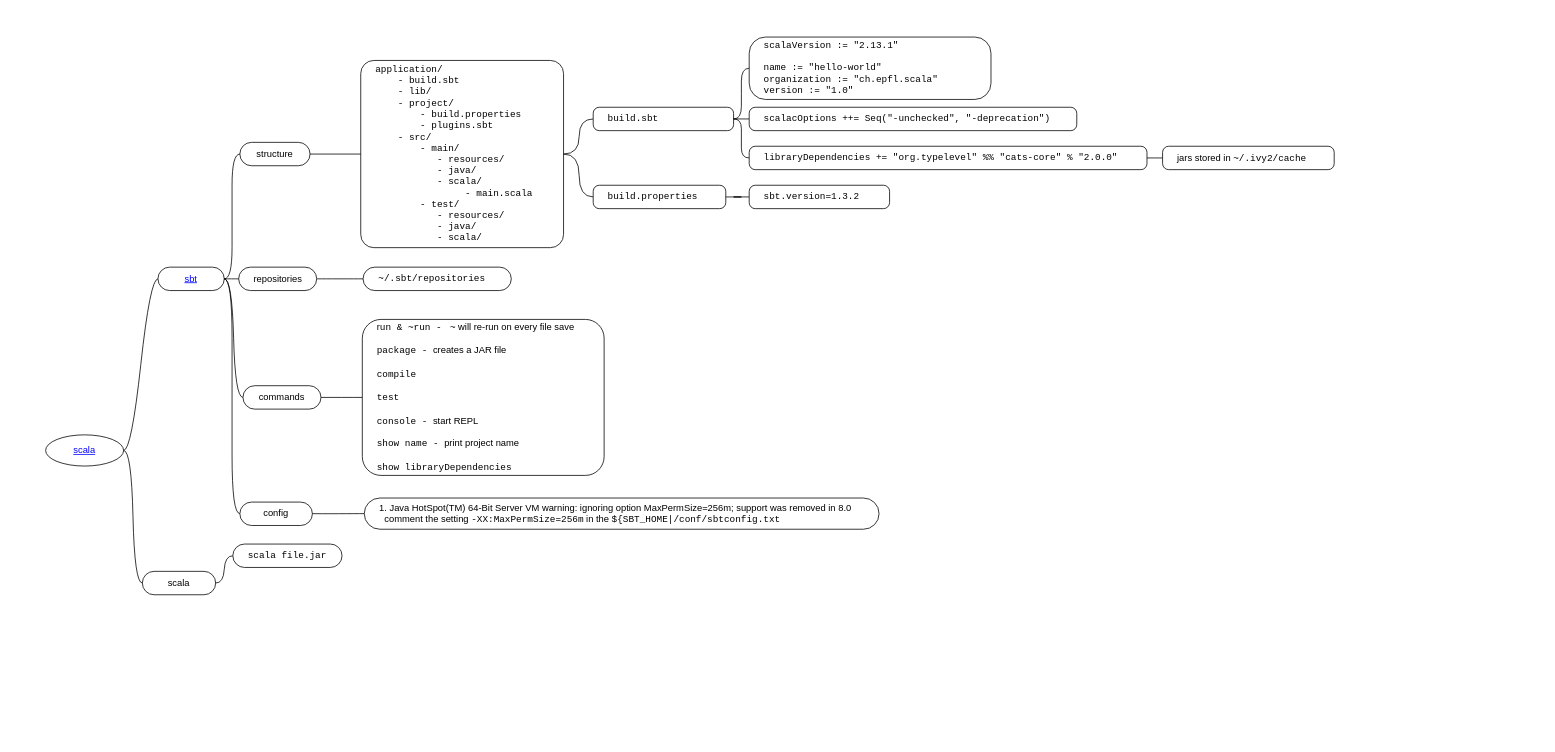
The draw.io diagram page "scala" (2 of 2) of languages/scala/scala.drawio in yangdj/tf_docs, before the edit. Source tidied: cells renumbered, new cells numbered last; positions are measured from the earlier drawing's top-left corner, leaving out a move shared by most shapes. Both pictures are drawn from the tidied source at 78%, with x=0, y=0 at pixel (13, 13).
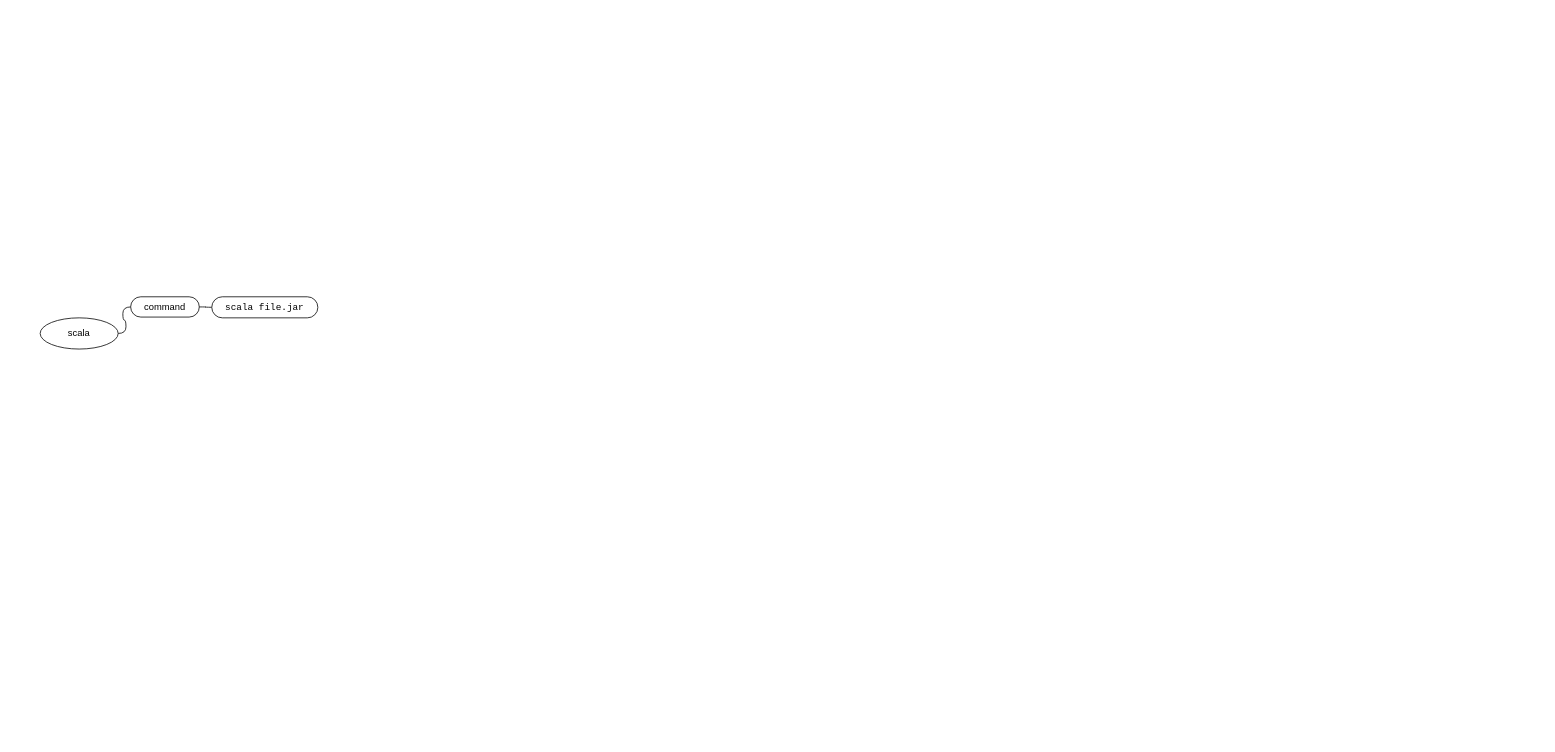
The same diagram, later.

Change to the diagram source:
```diff
@@
-    <mxCell id="0" />
-    <mxCell id="1" parent="0" />
-    <mxCell id="2" style="swimlane;html=1;startSize=20;horizontal=1;containerType=tree;fillColor=none;strokeColor=none;spacingLeft=15;fixDash=0;backgroundOutline=0;rounded=1;align=left;verticalAlign=middle;fontFamily=Helvetica;" parent="1" vertex="1">
-      <mxGeometry width="1960" height="930" as="geometry" />
-    </mxCell>
-    <mxCell id="3" value="scala" style="ellipse;whiteSpace=wrap;html=1;align=center;snapToPoint=1;fixDash=0;backgroundOutline=0;fontStyle=4;fontColor=#0000FF;" parent="2" vertex="1">
-      <mxGeometry x="41" y="540" width="100" height="40" as="geometry" />
-    </mxCell>
-    <mxCell id="4" style="edgeStyle=entityRelationEdgeStyle;startArrow=none;endArrow=none;segment=10;curved=1;snapToPoint=1;fixDash=0;backgroundOutline=0;exitX=1;exitY=0.5;exitDx=0;exitDy=0;" parent="2" edge="1" source="3" target="5">
-      <mxGeometry relative="1" as="geometry" />
-    </mxCell>
-    <mxCell id="5" value="sbt" style="whiteSpace=wrap;html=1;rounded=1;arcSize=50;align=center;verticalAlign=middle;strokeWidth=1;spacing=4;snapToPoint=1;fixDash=0;backgroundOutline=0;fontStyle=4;fontColor=#0000FF;" parent="2" vertex="1">
-      <mxGeometry x="185" y="325" width="85" height="30" as="geometry" />
-    </mxCell>
-    <mxCell id="6" style="edgeStyle=entityRelationEdgeStyle;startArrow=none;endArrow=none;segment=10;curved=1;snapToPoint=1;fixDash=0;backgroundOutline=0;" parent="2" edge="1" source="5" target="7">
-      <mxGeometry relative="1" as="geometry" />
-    </mxCell>
-    <mxCell id="7" value="repositories" style="whiteSpace=wrap;html=1;rounded=1;arcSize=50;align=center;verticalAlign=middle;strokeWidth=1;spacing=4;snapToPoint=1;fixDash=0;backgroundOutline=0;" parent="2" vertex="1">
-      <mxGeometry x="288.5" y="325" width="100" height="30" as="geometry" />
-    </mxCell>
-    <mxCell id="8" style="edgeStyle=entityRelationEdgeStyle;startArrow=none;endArrow=none;segment=10;curved=1;snapToPoint=1;fixDash=0;backgroundOutline=0;" parent="2" edge="1" source="7" target="9">
-      <mxGeometry relative="1" as="geometry" />
-    </mxCell>
-    <mxCell id="9" value="~/.sbt/repositories" style="whiteSpace=wrap;html=1;rounded=1;arcSize=50;align=left;verticalAlign=middle;strokeWidth=1;spacing=4;spacingLeft=16;snapToPoint=1;fixDash=0;backgroundOutline=0;fontFamily=Courier New;fontStyle=0;" parent="2" vertex="1">
-      <mxGeometry x="448" y="325" width="190" height="30" as="geometry" />
-    </mxCell>
-    <mxCell id="10" style="edgeStyle=entityRelationEdgeStyle;startArrow=none;endArrow=none;segment=10;curved=1;snapToPoint=1;fixDash=0;backgroundOutline=0;exitX=1;exitY=0.5;exitDx=0;exitDy=0;" parent="2" edge="1" source="3" target="11">
-      <mxGeometry relative="1" as="geometry" />
-    </mxCell>
-    <mxCell id="11" value="scala" style="whiteSpace=wrap;html=1;rounded=1;arcSize=50;align=center;verticalAlign=middle;strokeWidth=1;spacing=4;snapToPoint=1;fixDash=0;backgroundOutline=0;" parent="2" vertex="1">
-      <mxGeometry x="165" y="715" width="94" height="30" as="geometry" />
-    </mxCell>
-    <mxCell id="12" style="edgeStyle=entityRelationEdgeStyle;startArrow=none;endArrow=none;segment=10;curved=1;snapToPoint=1;fixDash=0;backgroundOutline=0;" parent="2" edge="1" source="11" target="13">
-      <mxGeometry relative="1" as="geometry" />
-    </mxCell>
+    <mxCell id="41" />
+    <mxCell id="42" parent="41" />
+    <mxCell id="43" style="swimlane;html=1;startSize=20;horizontal=1;containerType=tree;strokeColor=none;" parent="42" vertex="1">
+      <mxGeometry x="25" y="334" width="420" height="126" as="geometry" />
+    </mxCell>
+    <mxCell id="44" style="edgeStyle=entityRelationEdgeStyle;startArrow=none;endArrow=none;segment=10;curved=1;" parent="43" edge="1" source="45" target="46">
+      <mxGeometry relative="1" as="geometry" />
+    </mxCell>
+    <mxCell id="45" value="scala" style="ellipse;whiteSpace=wrap;html=1;align=center;newEdgeStyle={&quot;edgeStyle&quot;:&quot;entityRelationEdgeStyle&quot;,&quot;startArrow&quot;:&quot;none&quot;,&quot;endArrow&quot;:&quot;none&quot;,&quot;segment&quot;:10,&quot;curved&quot;:1};" parent="43" vertex="1">
+      <mxGeometry x="9" y="56" width="100" height="40" as="geometry" />
+    </mxCell>
+    <mxCell id="46" value="command" style="whiteSpace=wrap;html=1;rounded=1;arcSize=50;align=center;verticalAlign=middle;strokeWidth=1;spacing=4;newEdgeStyle={&quot;edgeStyle&quot;:&quot;entityRelationEdgeStyle&quot;,&quot;startArrow&quot;:&quot;none&quot;,&quot;endArrow&quot;:&quot;none&quot;,&quot;segment&quot;:10,&quot;curved&quot;:1};" parent="43" vertex="1">
+      <mxGeometry x="125" y="29" width="88" height="26" as="geometry" />
+    </mxCell>
+    <mxCell id="47" style="edgeStyle=entityRelationEdgeStyle;startArrow=none;endArrow=none;segment=10;curved=1;" parent="43" edge="1" source="46" target="13">
+      <mxGeometry relative="1" as="geometry" />
+    </mxCell>
-    <mxCell id="13" value="scala file.jar" style="whiteSpace=wrap;html=1;rounded=1;arcSize=50;align=center;verticalAlign=middle;strokeWidth=1;spacing=4;snapToPoint=1;fixDash=0;backgroundOutline=0;fontFamily=Courier New;" parent="2" vertex="1">
-      <mxGeometry x="281" y="680" width="140" height="30" as="geometry" />
+    <mxCell id="13" value="&lt;span style=&quot;font-family: &amp;#34;courier new&amp;#34;&quot;&gt;scala file.jar&lt;/span&gt;" style="whiteSpace=wrap;html=1;rounded=1;arcSize=50;align=center;verticalAlign=middle;strokeWidth=1;spacing=4;newEdgeStyle={&quot;edgeStyle&quot;:&quot;entityRelationEdgeStyle&quot;,&quot;startArrow&quot;:&quot;none&quot;,&quot;endArrow&quot;:&quot;none&quot;,&quot;segment&quot;:10,&quot;curved&quot;:1};" parent="43" vertex="1">
+      <mxGeometry x="229" y="29" width="136" height="27" as="geometry" />
     </mxCell>
-    <mxCell id="14" value="structure" style="whiteSpace=wrap;html=1;rounded=1;arcSize=50;align=center;verticalAlign=middle;strokeWidth=1;spacing=4;snapToPoint=1;fixDash=0;backgroundOutline=0;" parent="2" vertex="1">
-      <mxGeometry x="290" y="165" width="90" height="30" as="geometry" />
-    </mxCell>
-    <mxCell id="15" style="edgeStyle=entityRelationEdgeStyle;startArrow=none;endArrow=none;segment=10;curved=1;snapToPoint=1;fixDash=0;backgroundOutline=0;" parent="2" edge="1" source="5" target="14">
-      <mxGeometry relative="1" as="geometry" />
-    </mxCell>
-    <mxCell id="16" value="application/&lt;br&gt;&amp;nbsp; &amp;nbsp; - build.sbt&lt;br&gt;&amp;nbsp; &amp;nbsp; - lib/&lt;br&gt;&amp;nbsp; &amp;nbsp; - project/&lt;br&gt;&amp;nbsp; &amp;nbsp; &amp;nbsp; &amp;nbsp; - build.properties&lt;br&gt;&amp;nbsp; &amp;nbsp; &amp;nbsp; &amp;nbsp; - plugins.sbt&lt;br&gt;&amp;nbsp; &amp;nbsp; - src/&lt;br&gt;&amp;nbsp; &amp;nbsp; &amp;nbsp; &amp;nbsp; - main/&lt;br&gt;&amp;nbsp; &amp;nbsp; &amp;nbsp; &amp;nbsp; &amp;nbsp; &amp;nbsp;- resources/&lt;br&gt;&amp;nbsp; &amp;nbsp; &amp;nbsp; &amp;nbsp; &amp;nbsp; &amp;nbsp;- java/&lt;br&gt;&amp;nbsp; &amp;nbsp; &amp;nbsp; &amp;nbsp; &amp;nbsp; &amp;nbsp;- scala/&lt;br&gt;&amp;nbsp; &amp;nbsp; &amp;nbsp; &amp;nbsp; &amp;nbsp; &amp;nbsp; &amp;nbsp; &amp;nbsp; - main.scala&lt;br&gt;&amp;nbsp; &amp;nbsp; &amp;nbsp; &amp;nbsp; - test/&lt;br&gt;&amp;nbsp; &amp;nbsp; &amp;nbsp; &amp;nbsp; &amp;nbsp; &amp;nbsp;- resources/&lt;br&gt;&amp;nbsp; &amp;nbsp; &amp;nbsp; &amp;nbsp; &amp;nbsp; &amp;nbsp;- java/&lt;br&gt;&amp;nbsp; &amp;nbsp; &amp;nbsp; &amp;nbsp; &amp;nbsp; &amp;nbsp;- scala/" style="whiteSpace=wrap;html=1;rounded=1;arcSize=7;align=left;verticalAlign=middle;strokeWidth=1;spacing=4;snapToPoint=1;fixDash=0;backgroundOutline=0;spacingLeft=15;glass=0;comic=0;shadow=0;fontFamily=Courier New;" parent="2" vertex="1">
-      <mxGeometry x="445" y="60" width="260" height="240" as="geometry" />
-    </mxCell>
-    <mxCell id="17" style="edgeStyle=orthogonalEdgeStyle;rounded=0;jettySize=auto;html=1;endArrow=none;endFill=0;" parent="2" edge="1" source="14" target="16">
-      <mxGeometry relative="1" as="geometry" />
-    </mxCell>
-    <mxCell id="18" style="edgeStyle=entityRelationEdgeStyle;startArrow=none;endArrow=none;segment=10;curved=1;snapToPoint=1;fixDash=0;backgroundOutline=0;" parent="2" edge="1" source="5" target="19">
-      <mxGeometry relative="1" as="geometry" />
-    </mxCell>
-    <mxCell id="19" value="commands" style="whiteSpace=wrap;html=1;rounded=1;arcSize=50;align=center;verticalAlign=middle;strokeWidth=1;spacing=4;snapToPoint=1;fixDash=0;backgroundOutline=0;" parent="2" vertex="1">
-      <mxGeometry x="294" y="477" width="100" height="30" as="geometry" />
-    </mxCell>
-    <mxCell id="20" style="edgeStyle=entityRelationEdgeStyle;startArrow=none;endArrow=none;segment=10;curved=1;snapToPoint=1;fixDash=0;backgroundOutline=0;" parent="2" edge="1" source="19" target="21">
-      <mxGeometry relative="1" as="geometry" />
-    </mxCell>
-    <mxCell id="21" value="r&lt;font face=&quot;Courier New&quot;&gt;un &amp;amp; ~run -&amp;nbsp;&lt;/font&gt;&amp;nbsp;&lt;font face=&quot;Courier New&quot;&gt;~&lt;/font&gt; will re-run on every file save&lt;br&gt;&lt;br&gt;&lt;font face=&quot;Courier New&quot;&gt;package -&amp;nbsp;&lt;/font&gt;creates a JAR file&lt;br&gt;&lt;br&gt;&lt;font face=&quot;Courier New&quot;&gt;compile&lt;/font&gt;&lt;br&gt;&lt;br&gt;&lt;font face=&quot;Courier New&quot;&gt;test&lt;/font&gt;&lt;br&gt;&lt;br&gt;&lt;font face=&quot;Courier New&quot;&gt;console -&amp;nbsp;&lt;/font&gt;start REPL&lt;br&gt;&lt;br&gt;&lt;font face=&quot;Courier New&quot;&gt;show name -&amp;nbsp;&lt;/font&gt;print project name&lt;br&gt;&lt;br&gt;&lt;font face=&quot;Courier New&quot;&gt;show libraryDependencies&lt;/font&gt;" style="whiteSpace=wrap;html=1;rounded=1;arcSize=12;align=left;verticalAlign=middle;strokeWidth=1;spacing=4;snapToPoint=1;fixDash=0;backgroundOutline=0;spacingLeft=15;" parent="2" vertex="1">
-      <mxGeometry x="447" y="392" width="310" height="200" as="geometry" />
-    </mxCell>
-    <mxCell id="22" style="edgeStyle=entityRelationEdgeStyle;startArrow=none;endArrow=none;segment=10;curved=1;snapToPoint=1;fixDash=0;backgroundOutline=0;" parent="2" edge="1" source="5" target="23">
-      <mxGeometry relative="1" as="geometry" />
-    </mxCell>
-    <mxCell id="23" value="config" style="whiteSpace=wrap;html=1;rounded=1;arcSize=50;align=center;verticalAlign=middle;strokeWidth=1;spacing=4;snapToPoint=1;fixDash=0;backgroundOutline=0;" parent="2" vertex="1">
-      <mxGeometry x="290" y="626.2" width="93" height="30" as="geometry" />
-    </mxCell>
-    <mxCell id="24" style="edgeStyle=entityRelationEdgeStyle;startArrow=none;endArrow=none;segment=10;curved=1;snapToPoint=1;fixDash=0;backgroundOutline=0;entryX=0;entryY=0.5;entryDx=0;entryDy=0;" parent="2" edge="1" source="23" target="25">
-      <mxGeometry relative="1" as="geometry" />
-    </mxCell>
-    <mxCell id="25" value="1. Java HotSpot(TM) 64-Bit Server VM warning: ignoring option MaxPermSize=256m; support was removed in 8.0&lt;br&gt;&amp;nbsp; comment the setting &lt;font face=&quot;Courier New&quot;&gt;-XX:MaxPermSize=256m&lt;/font&gt; in the &lt;font face=&quot;Courier New&quot;&gt;${SBT_HOME|/conf/sbtconfig.txt&lt;/font&gt;" style="whiteSpace=wrap;html=1;rounded=1;arcSize=50;align=left;verticalAlign=middle;strokeWidth=1;spacing=4;snapToPoint=1;fixDash=0;backgroundOutline=0;spacingLeft=15;" parent="2" vertex="1">
-      <mxGeometry x="449.5" y="621" width="660" height="40" as="geometry" />
-    </mxCell>
-    <mxCell id="26" style="edgeStyle=orthogonalEdgeStyle;rounded=0;jettySize=auto;html=1;endArrow=none;endFill=0;curved=1;" parent="2" edge="1" source="16" target="27">
-      <mxGeometry relative="1" as="geometry" />
-    </mxCell>
-    <mxCell id="27" value="build.properties" style="whiteSpace=wrap;html=1;rounded=1;arcSize=26;align=left;verticalAlign=middle;strokeWidth=1;spacing=4;snapToPoint=1;fixDash=0;backgroundOutline=0;spacingLeft=15;glass=0;comic=0;shadow=0;fontFamily=Courier New;" parent="2" vertex="1">
-      <mxGeometry x="743" y="220" width="170" height="30" as="geometry" />
-    </mxCell>
-    <mxCell id="28" style="edgeStyle=orthogonalEdgeStyle;rounded=0;jettySize=auto;html=1;endArrow=none;endFill=0;" parent="2" edge="1" source="27" target="29">
-      <mxGeometry relative="1" as="geometry" />
-    </mxCell>
-    <mxCell id="29" value="sbt.version=1.3.2" style="whiteSpace=wrap;html=1;rounded=1;arcSize=26;align=left;verticalAlign=middle;strokeWidth=1;spacing=4;snapToPoint=1;fixDash=0;backgroundOutline=0;spacingLeft=15;glass=0;comic=0;shadow=0;fontFamily=Courier New;" parent="2" vertex="1">
-      <mxGeometry x="943" y="220" width="180" height="30" as="geometry" />
-    </mxCell>
-    <mxCell id="30" style="edgeStyle=orthogonalEdgeStyle;rounded=0;jettySize=auto;html=1;endArrow=none;endFill=0;curved=1;" parent="2" edge="1" source="16" target="31">
-      <mxGeometry relative="1" as="geometry" />
-    </mxCell>
-    <mxCell id="31" value="&lt;span style=&quot;text-align: center&quot;&gt;build.sbt&lt;/span&gt;" style="whiteSpace=wrap;html=1;rounded=1;arcSize=26;align=left;verticalAlign=middle;strokeWidth=1;spacing=4;snapToPoint=1;fixDash=0;backgroundOutline=0;spacingLeft=15;glass=0;comic=0;shadow=0;fontFamily=Courier New;" parent="2" vertex="1">
-      <mxGeometry x="743" y="120" width="180" height="30" as="geometry" />
-    </mxCell>
-    <mxCell id="32" style="edgeStyle=entityRelationEdgeStyle;startArrow=none;endArrow=none;segment=10;curved=1;snapToPoint=1;fixDash=0;backgroundOutline=0;exitX=1;exitY=0.5;exitDx=0;exitDy=0;" parent="2" edge="1" source="31" target="33">
-      <mxGeometry relative="1" as="geometry" />
-    </mxCell>
-    <mxCell id="33" value="scalaVersion := &quot;2.13.1&quot;&lt;br&gt;&lt;br&gt;name := &quot;hello-world&quot;&lt;br&gt;organization := &quot;ch.epfl.scala&quot;&lt;br&gt;version := &quot;1.0&quot;" style="whiteSpace=wrap;html=1;rounded=1;arcSize=26;align=left;verticalAlign=middle;strokeWidth=1;spacing=4;spacingLeft=15;snapToPoint=1;fixDash=0;backgroundOutline=0;overflow=visible;fontFamily=Courier New;" parent="2" vertex="1" collapsed="1">
-      <mxGeometry x="943" y="30" width="310" height="80" as="geometry" />
-    </mxCell>
-    <mxCell id="34" style="edgeStyle=entityRelationEdgeStyle;startArrow=none;endArrow=none;segment=10;curved=1;snapToPoint=1;fixDash=0;backgroundOutline=0;exitX=1;exitY=0.5;exitDx=0;exitDy=0;" parent="2" edge="1" source="31" target="35">
-      <mxGeometry relative="1" as="geometry" />
-    </mxCell>
-    <mxCell id="35" value="scalacOptions ++= Seq(&quot;-unchecked&quot;, &quot;-deprecation&quot;)" style="whiteSpace=wrap;html=1;rounded=1;arcSize=26;align=left;verticalAlign=middle;strokeWidth=1;spacing=4;spacingLeft=15;snapToPoint=1;fixDash=0;backgroundOutline=0;overflow=visible;fontFamily=Courier New;" parent="2" vertex="1" collapsed="1">
-      <mxGeometry x="943" y="120" width="420" height="30" as="geometry" />
-    </mxCell>
-    <mxCell id="36" style="edgeStyle=entityRelationEdgeStyle;startArrow=none;endArrow=none;segment=10;curved=1;snapToPoint=1;fixDash=0;backgroundOutline=0;exitX=1;exitY=0.5;exitDx=0;exitDy=0;" parent="2" edge="1" source="31" target="37">
-      <mxGeometry relative="1" as="geometry" />
-    </mxCell>
-    <mxCell id="37" value="libraryDependencies += &quot;org.typelevel&quot; %% &quot;cats-core&quot; % &quot;2.0.0&quot;" style="whiteSpace=wrap;html=1;rounded=1;arcSize=26;align=left;verticalAlign=middle;strokeWidth=1;spacing=4;spacingLeft=15;snapToPoint=1;fixDash=0;backgroundOutline=0;overflow=visible;fontFamily=Courier New;" parent="2" vertex="1" collapsed="1">
-      <mxGeometry x="943" y="170" width="510" height="30" as="geometry" />
-    </mxCell>
-    <mxCell id="38" style="edgeStyle=entityRelationEdgeStyle;startArrow=none;endArrow=none;segment=10;curved=1;snapToPoint=1;fixDash=0;backgroundOutline=0;exitX=1;exitY=0.5;exitDx=0;exitDy=0;" parent="2" edge="1" source="37" target="39">
-      <mxGeometry relative="1" as="geometry" />
-    </mxCell>
-    <mxCell id="39" value="&lt;span style=&quot;font-family: &amp;#34;helvetica&amp;#34;&quot;&gt;jars stored in&amp;nbsp;&lt;/span&gt;&lt;font face=&quot;Courier New&quot;&gt;~/.ivy2/cache&lt;/font&gt;" style="whiteSpace=wrap;html=1;rounded=1;arcSize=26;align=left;verticalAlign=middle;strokeWidth=1;spacing=4;spacingLeft=15;snapToPoint=1;fixDash=0;backgroundOutline=0;overflow=visible;fontFamily=Courier New;" parent="2" vertex="1" collapsed="1">
-      <mxGeometry x="1473" y="170" width="220" height="30" as="geometry" />
-    </mxCell>
-    <mxCell id="40" style="text;html=1;align=center;verticalAlign=middle;fontFamily=Courier New;fontColor=#000000;" parent="2" vertex="1">
-      <mxGeometry x="1255" y="362" width="50" height="40" as="geometry" />
-    </mxCell>
```
